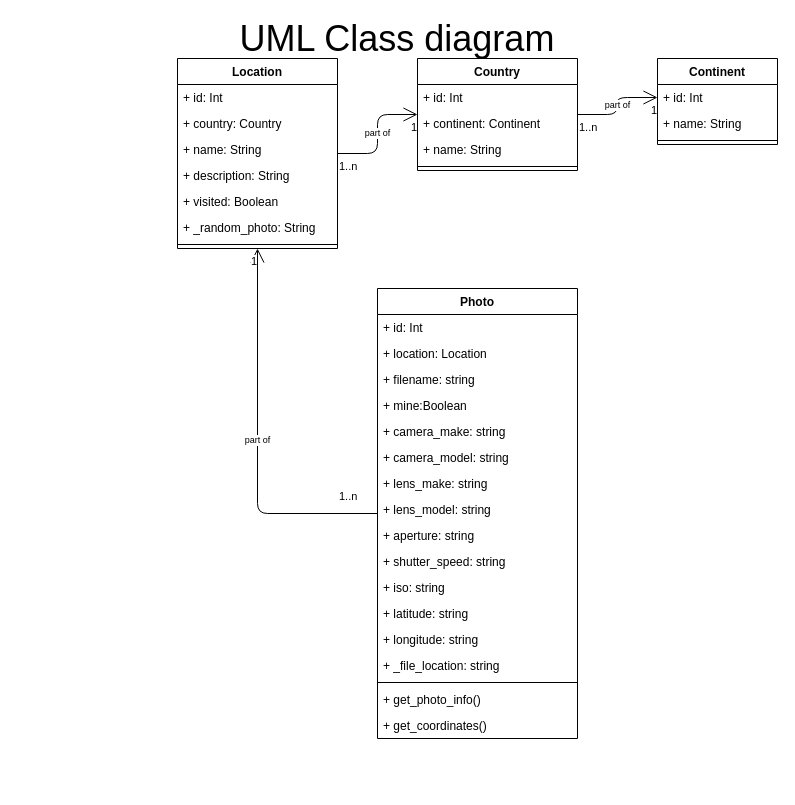
Michalju/PhotoApp keeps this draw.io diagram as page "UML Class diagram" (1 of 7) of Design/Design.drawio. Above is the earlier version. Source tidied: cells renumbered, new cells numbered last; positions are measured from the earlier drawing's top-left corner, leaving out a move shared by most shapes. Both pictures are drawn from the tidied source at 100%, with x=0, y=0 at pixel (17, 18).
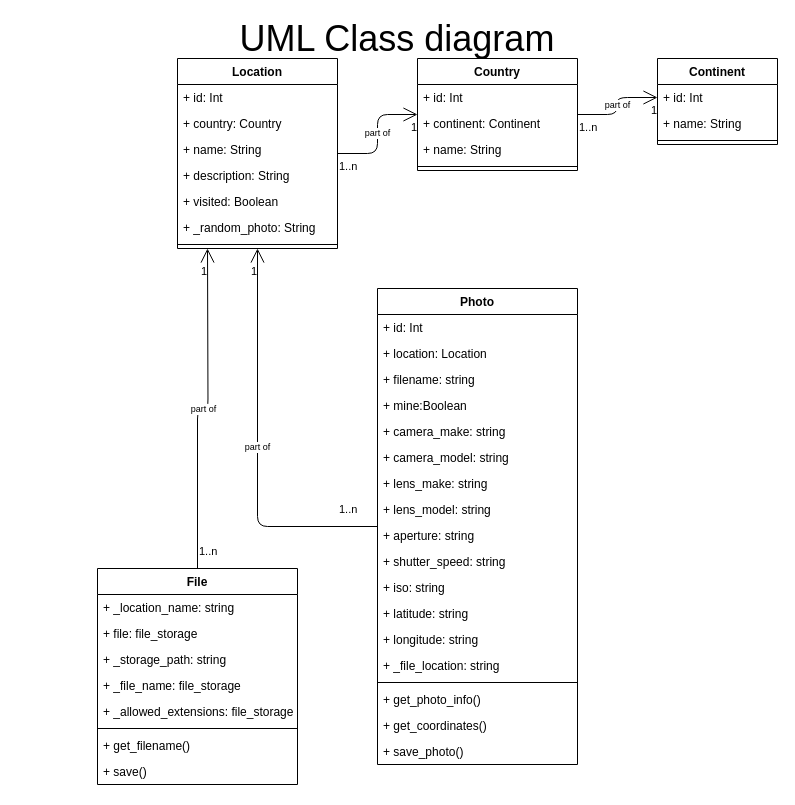
After the change.

Commit message (it also covers changes not shown here):
created class File using TDD, allows to come up with a filename per location. Save method to be developed

Unchanged cells that the change refers to:
```xml
<mxCell id="44" value="part of" style="endArrow=open;html=1;endSize=12;startArrow=none;startSize=14;startFill=0;edgeStyle=orthogonalEdgeStyle;fontSize=9;" parent="1" edge="1" source="26" target="7">
  <mxGeometry relative="1" as="geometry" />
</mxCell>
```

Change to the diagram source:
```diff
@@
     <mxCell id="26" value="Photo" style="swimlane;fontStyle=1;align=center;verticalAlign=top;horizontal=1;startSize=26;" parent="1" vertex="1">
-      <mxGeometry x="360" y="270" width="200" height="450" as="geometry" />
+      <mxGeometry x="360" y="270" width="200" height="476" as="geometry" />
     </mxCell>
@@
+    <mxCell id="47" value="+ save_photo()" style="text;strokeColor=none;fillColor=none;align=left;verticalAlign=top;spacingLeft=4;spacingRight=4;overflow=hidden;" parent="26" vertex="1">
+      <mxGeometry y="450" width="200" height="26" as="geometry" />
+    </mxCell>
@@
     <mxCell id="46" value="1" style="edgeLabel;html=1;align=right;verticalAlign=top;" parent="44" vertex="1">
-      <mxGeometry x="1" relative="1" as="geometry" />
+      <mxGeometry x="1" relative="1" as="geometry">
+        <mxPoint y="10" as="offset" />
+      </mxGeometry>
     </mxCell>
+    <mxCell id="48" value="File" style="swimlane;fontStyle=1;align=center;verticalAlign=top;horizontal=1;startSize=26;" parent="1" vertex="1">
+      <mxGeometry x="80" y="550" width="200" height="216" as="geometry" />
+    </mxCell>
+    <mxCell id="49" value="+ _location_name: string" style="text;strokeColor=none;fillColor=none;align=left;verticalAlign=top;spacingLeft=4;spacingRight=4;overflow=hidden;" parent="48" vertex="1">
+      <mxGeometry y="26" width="200" height="26" as="geometry" />
+    </mxCell>
+    <mxCell id="50" value="+ file: file_storage" style="text;strokeColor=none;fillColor=none;align=left;verticalAlign=top;spacingLeft=4;spacingRight=4;overflow=hidden;" parent="48" vertex="1">
+      <mxGeometry y="52" width="200" height="26" as="geometry" />
+    </mxCell>
+    <mxCell id="51" value="+ _storage_path: string" style="text;strokeColor=none;fillColor=none;align=left;verticalAlign=top;spacingLeft=4;spacingRight=4;overflow=hidden;" parent="48" vertex="1">
+      <mxGeometry y="78" width="200" height="26" as="geometry" />
+    </mxCell>
+    <mxCell id="52" value="+ _file_name: file_storage" style="text;strokeColor=none;fillColor=none;align=left;verticalAlign=top;spacingLeft=4;spacingRight=4;overflow=hidden;" parent="48" vertex="1">
+      <mxGeometry y="104" width="200" height="26" as="geometry" />
+    </mxCell>
+    <mxCell id="53" value="+ _allowed_extensions: file_storage" style="text;strokeColor=none;fillColor=none;align=left;verticalAlign=top;spacingLeft=4;spacingRight=4;overflow=hidden;" parent="48" vertex="1">
+      <mxGeometry y="130" width="200" height="26" as="geometry" />
+    </mxCell>
+    <mxCell id="54" style="line;strokeWidth=1;fillColor=none;align=left;verticalAlign=middle;spacingTop=-1;spacingLeft=3;spacingRight=3;labelPosition=right;" parent="48" vertex="1">
+      <mxGeometry y="156" width="200" height="8" as="geometry" />
+    </mxCell>
+    <mxCell id="55" value="+ get_filename()" style="text;strokeColor=none;fillColor=none;align=left;verticalAlign=top;spacingLeft=4;spacingRight=4;overflow=hidden;" parent="48" vertex="1">
+      <mxGeometry y="164" width="200" height="26" as="geometry" />
+    </mxCell>
+    <mxCell id="56" value="+ save()" style="text;strokeColor=none;fillColor=none;align=left;verticalAlign=top;spacingLeft=4;spacingRight=4;overflow=hidden;" parent="48" vertex="1">
+      <mxGeometry y="190" width="200" height="26" as="geometry" />
+    </mxCell>
+    <mxCell id="57" value="part of" style="endArrow=open;html=1;endSize=12;startArrow=none;startSize=14;startFill=0;edgeStyle=orthogonalEdgeStyle;fontSize=9;exitX=0.5;exitY=0;exitDx=0;exitDy=0;" parent="1" edge="1" source="48">
+      <mxGeometry relative="1" as="geometry">
+        <mxPoint x="190" y="230" as="targetPoint" />
+      </mxGeometry>
+    </mxCell>
+    <mxCell id="58" value="1..n" style="edgeLabel;html=1;align=left;verticalAlign=top;" parent="57" vertex="1">
+      <mxGeometry x="-1" relative="1" as="geometry">
+        <mxPoint y="-30" as="offset" />
+      </mxGeometry>
+    </mxCell>
+    <mxCell id="59" value="1" style="edgeLabel;html=1;align=right;verticalAlign=top;" parent="57" vertex="1">
+      <mxGeometry x="1" relative="1" as="geometry">
+        <mxPoint y="10" as="offset" />
+      </mxGeometry>
+    </mxCell>
```
